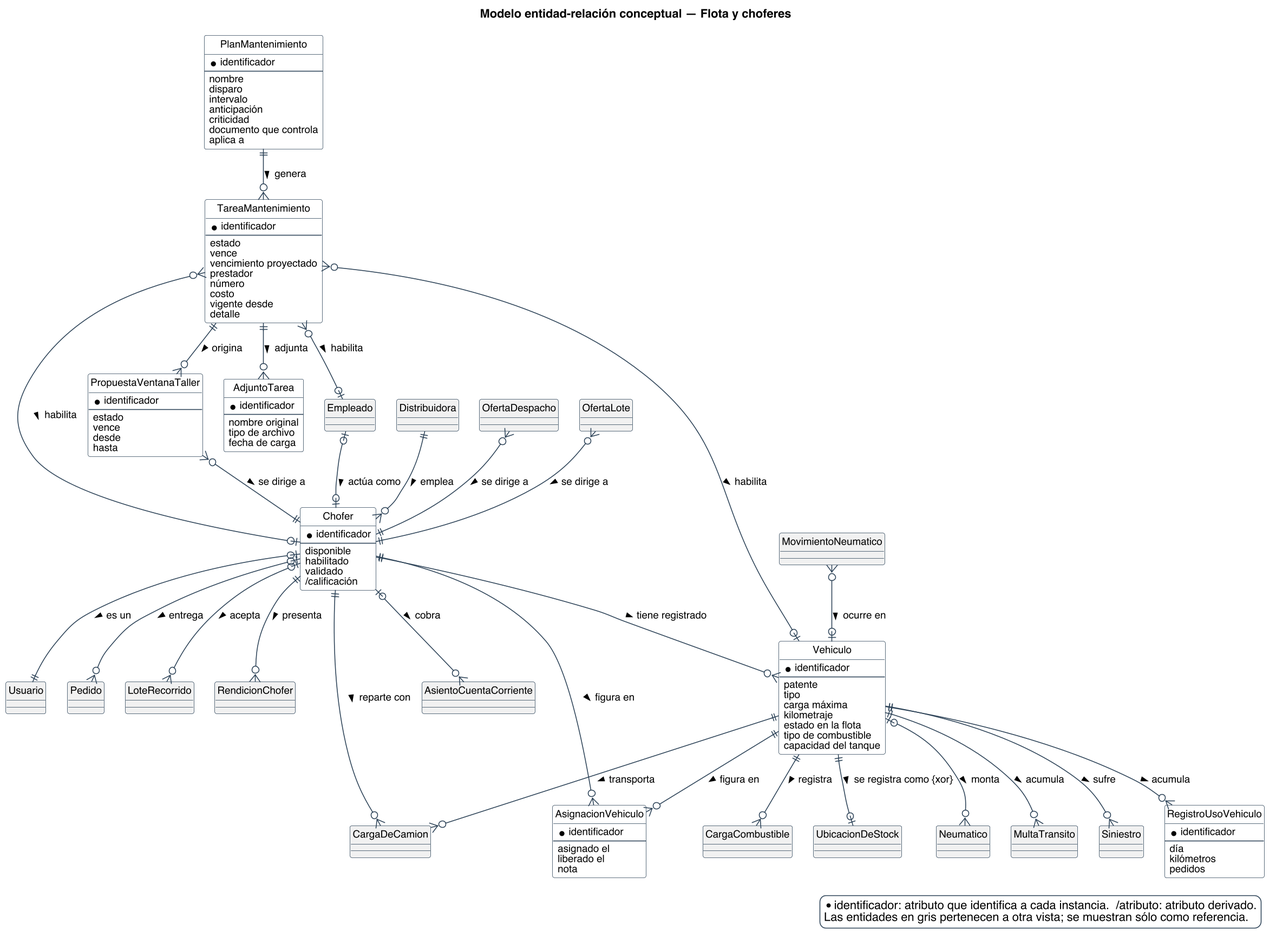
Above: diagramas/base-de-datos/conceptual/SPLG-der-04-flota-y-choferes.png in Nahuelito-Dev/splg-docs (PlantUML), before the change.
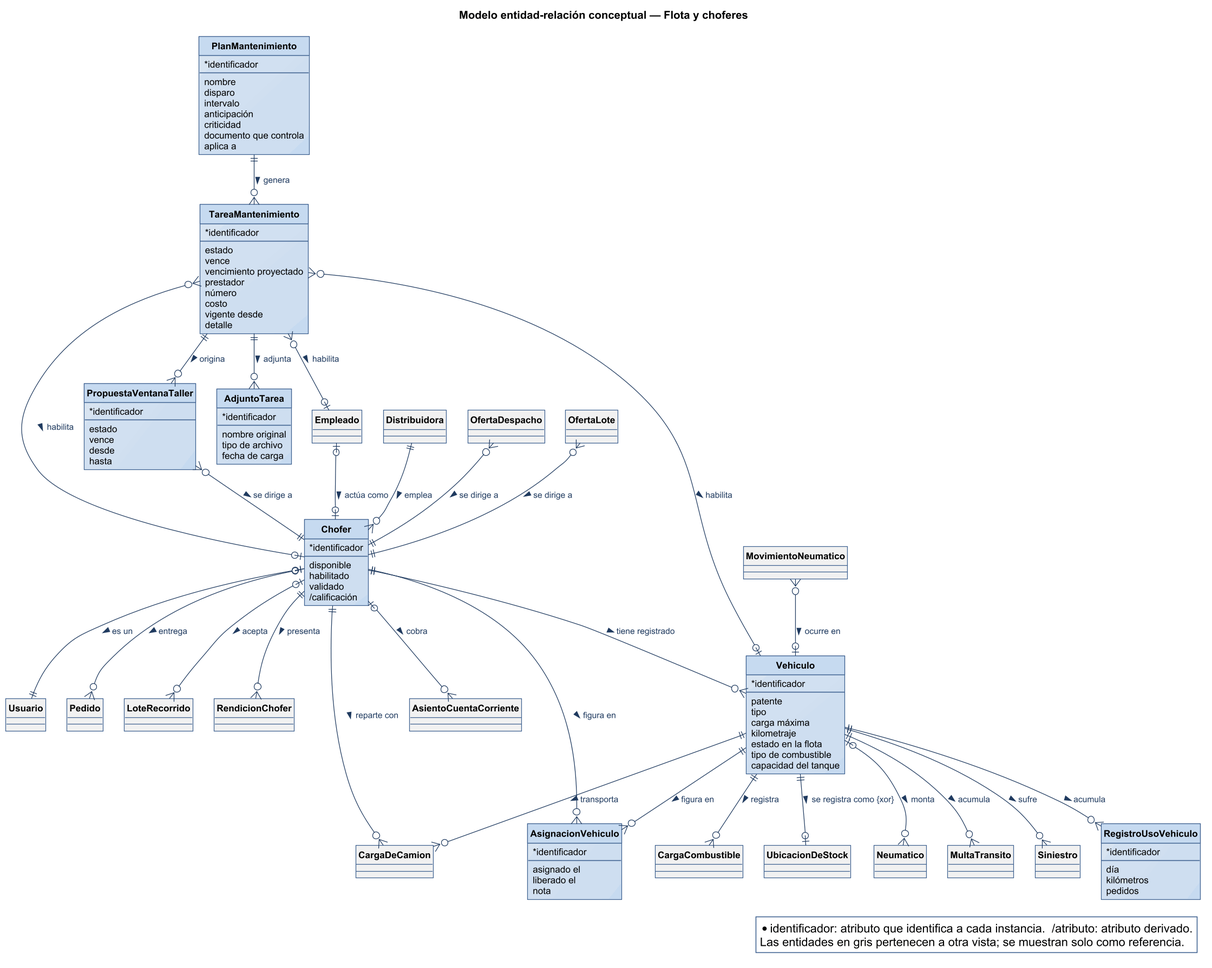
After the commit.

The edit, as a diff of the source:
```diff
@@ -1,16 +1,6 @@
 @startuml
 title Modelo entidad-relación conceptual — Flota y choferes
-skinparam backgroundColor #FFFFFF
-skinparam shadowing false
-skinparam defaultFontName Helvetica
-skinparam defaultFontSize 12
-skinparam dpi 150
-skinparam class {
-  BorderColor #2C4257
-  BackgroundColor #FFFFFF
-  ArrowColor #2C4257
-  FontSize 12
-}
+!include ../../estilo-vp.iuml
 skinparam entity<<ajena>> {
   BackgroundColor #F1F1F1
   BorderColor #8A97A3
@@ -18,14 +8,12 @@
 }
 skinparam class<<propuesto>> {
   BorderColor #1F5E8C
-  BackgroundColor #E4EDF4
+  BackgroundColor #FFF6D9
 }
 skinparam entity<<propuesto>> {
   BorderColor #1F5E8C
-  BackgroundColor #E4EDF4
+  BackgroundColor #FFF6D9
 }
-skinparam legendBackgroundColor #FFFFFF
-skinparam legendBorderColor #2C4257
 
 hide circle
 
@@ -167,6 +155,6 @@
 
 legend bottom right
   * identificador: atributo que identifica a cada instancia.  /atributo: atributo derivado.
-  Las entidades en gris pertenecen a otra vista; se muestran sólo como referencia.
+  Las entidades en gris pertenecen a otra vista; se muestran solo como referencia.
 endlegend
 @enduml
```
